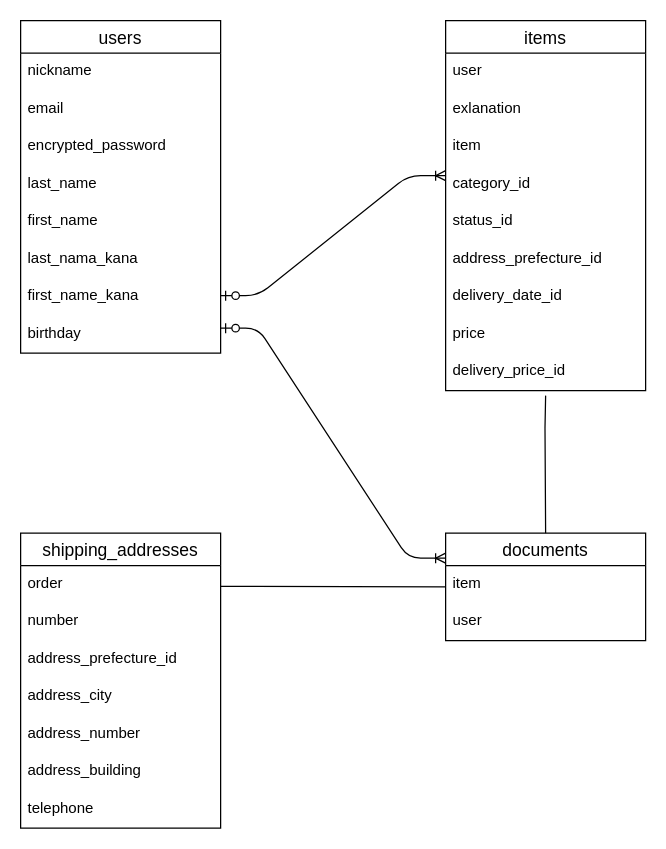
The draw.io diagram draw.dio in yhirokane17/furima-39331, before the edit. Source tidied: cells renumbered, new cells numbered last; positions are measured from the earlier drawing's top-left corner, leaving out a move shared by most shapes. Both pictures are drawn from the tidied source at 125%, with x=0, y=0 at pixel (20, 20).
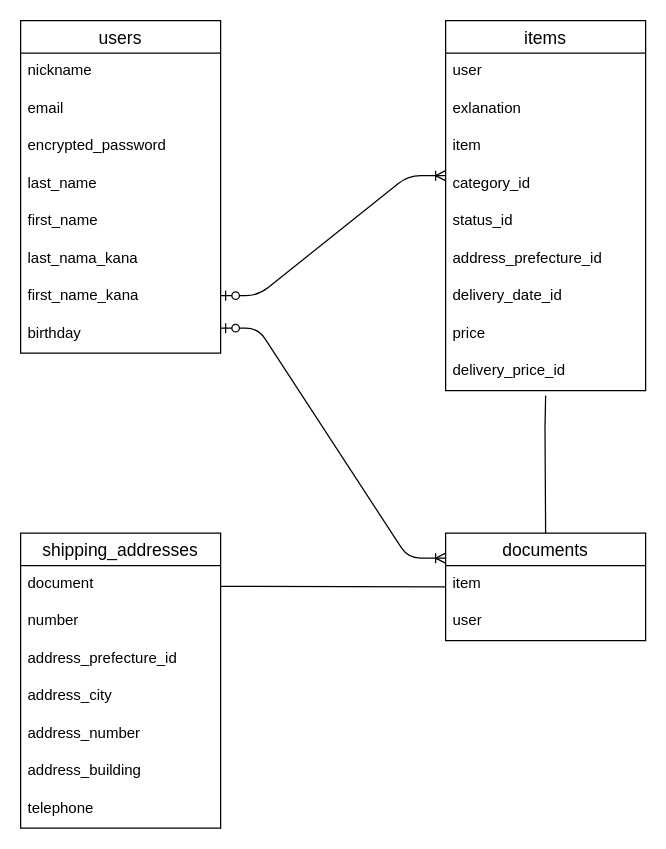
The same page after the edit.

Commit message:
データベース修正④

Unchanged cells that the change refers to:
```xml
<mxCell id="24" value="shipping_addresses" style="swimlane;fontStyle=0;horizontal=1;startSize=26;align=center;fontSize=14;" parent="1" vertex="1">
  <mxGeometry y="410" width="160" height="236" as="geometry" />
</mxCell>
```

Change to the diagram source:
```diff
@@
-    <mxCell id="25" value="order" style="text;strokeColor=none;fillColor=none;spacingLeft=4;spacingRight=4;overflow=hidden;fontSize=12;" parent="24" vertex="1">
+    <mxCell id="25" value="document" style="text;strokeColor=none;fillColor=none;spacingLeft=4;spacingRight=4;overflow=hidden;fontSize=12;" parent="24" vertex="1">
       <mxGeometry y="26" width="160" height="30" as="geometry" />
     </mxCell>
```
